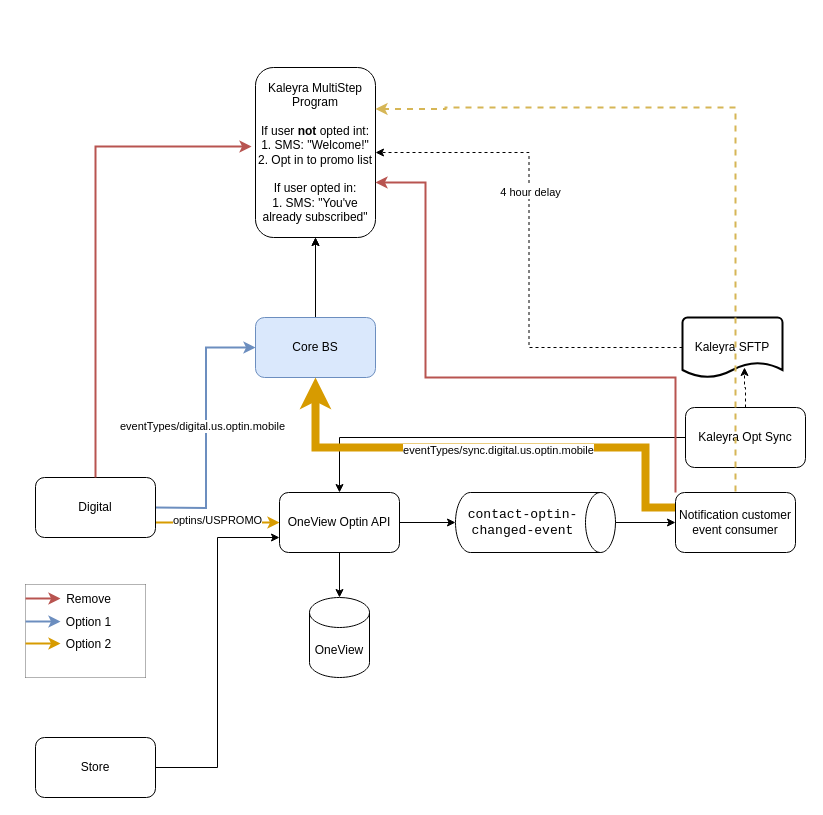
Earlier version of the draw.io diagram drawings/Digital Optin integration.drawio (AarellanoH/draw_io). Source tidied: cells renumbered, new cells numbered last; positions are measured from the earlier drawing's top-left corner, leaving out a move shared by most shapes. Both pictures are drawn from the tidied source at 100%, with x=0, y=0 at pixel (25, 67).
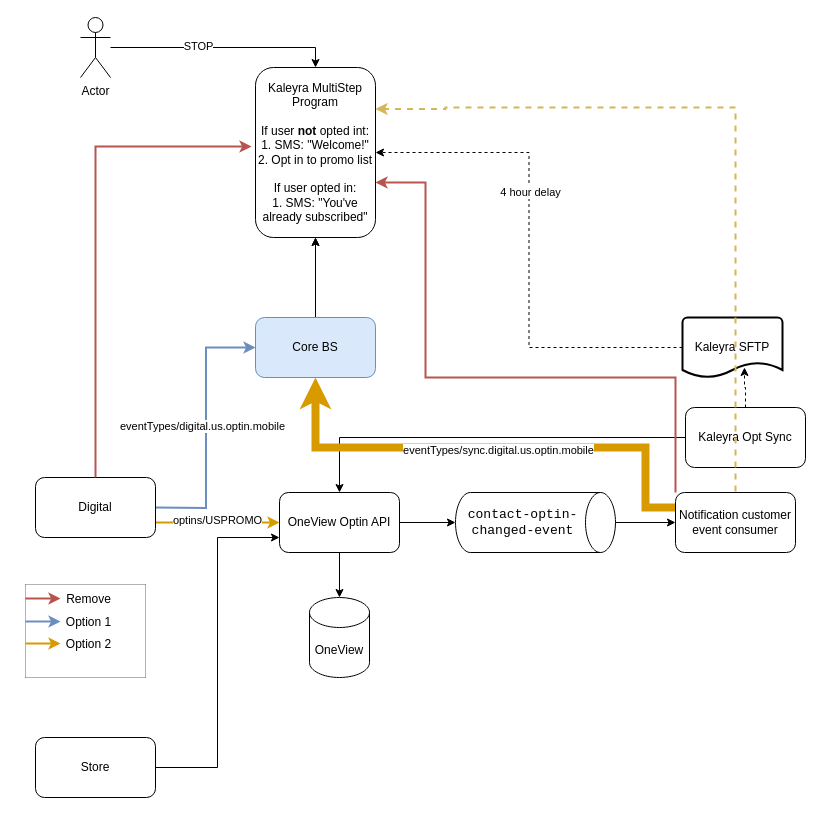
After the change.

Unchanged cells that the change refers to:
```xml
<mxCell id="20" value="Kaleyra MultiStep&lt;div&gt;Program&lt;/div&gt;&lt;div&gt;&lt;br&gt;&lt;/div&gt;&lt;div&gt;&lt;div&gt;If user&amp;nbsp;&lt;b&gt;not&amp;nbsp;&lt;/b&gt;opted int:&lt;/div&gt;&lt;div&gt;1. SMS: &quot;Welcome!&quot;&lt;/div&gt;&lt;div&gt;2. Opt in to promo list&lt;br&gt;&lt;br&gt;&lt;/div&gt;If user opted in:&lt;/div&gt;&lt;div&gt;1. SMS: &quot;You've already subscribed&quot;&lt;/div&gt;" style="rounded=1;whiteSpace=wrap;html=1;" parent="1" vertex="1">
  <mxGeometry x="230" width="120" height="170" as="geometry" />
</mxCell>
```

What changed in the source:
```diff
@@
+    <mxCell id="41" style="edgeStyle=orthogonalEdgeStyle;rounded=0;jettySize=auto;html=1;entryX=0.5;entryY=0;entryDx=0;entryDy=0;" parent="1" edge="1" source="43" target="20">
+      <mxGeometry relative="1" as="geometry" />
+    </mxCell>
+    <mxCell id="42" value="STOP" style="edgeLabel;html=1;align=center;verticalAlign=middle;" parent="41" vertex="1">
+      <mxGeometry x="-0.23" y="2" relative="1" as="geometry" />
+    </mxCell>
+    <mxCell id="43" value="Actor" style="shape=umlActor;verticalLabelPosition=bottom;verticalAlign=top;html=1;outlineConnect=0;" parent="1" vertex="1">
+      <mxGeometry x="55" y="-50" width="30" height="60" as="geometry" />
+    </mxCell>
```
